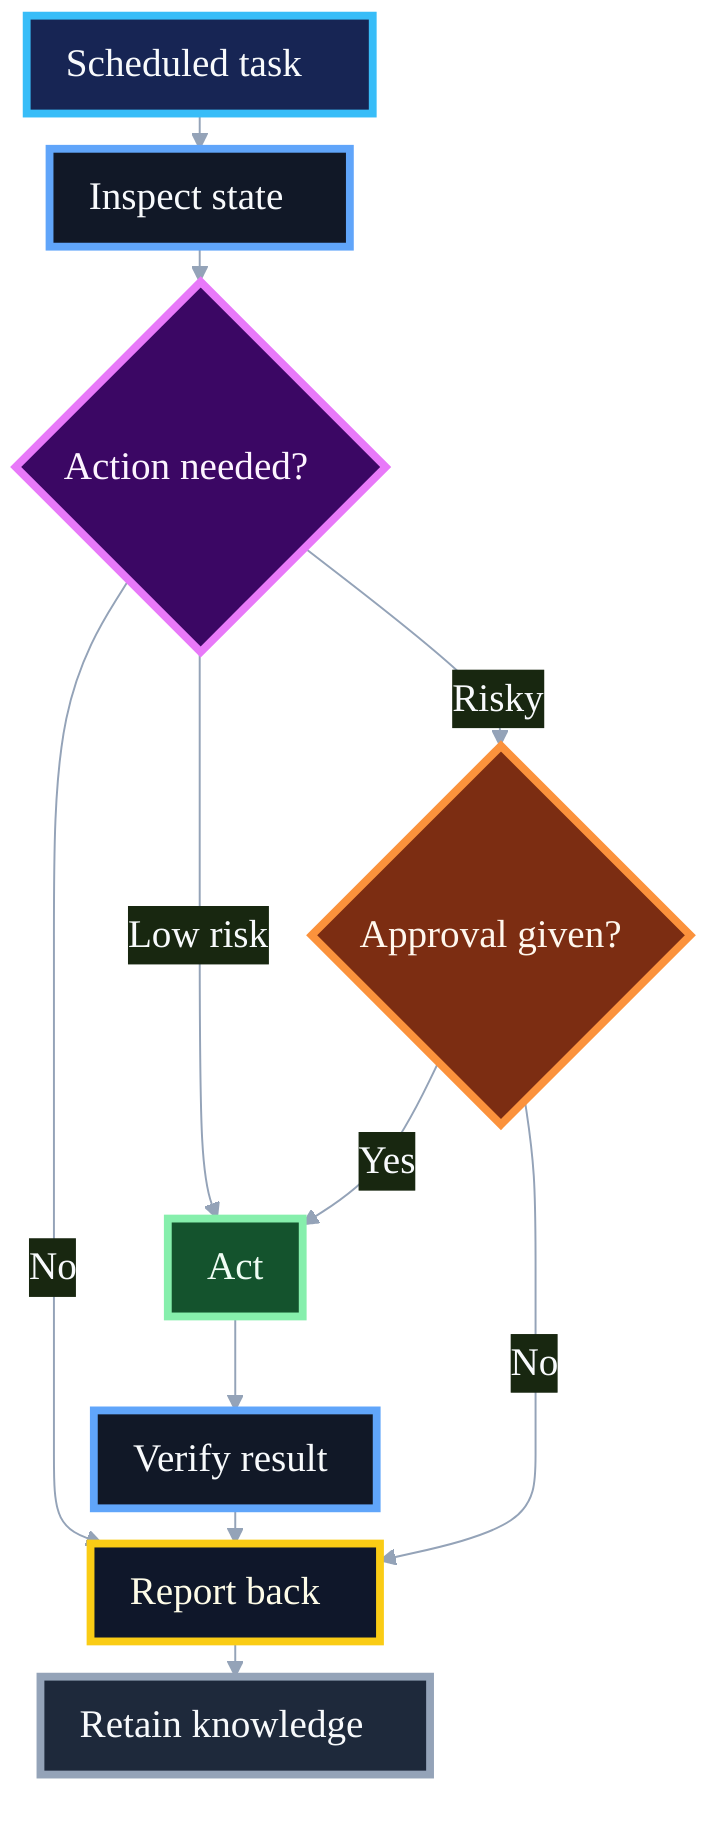
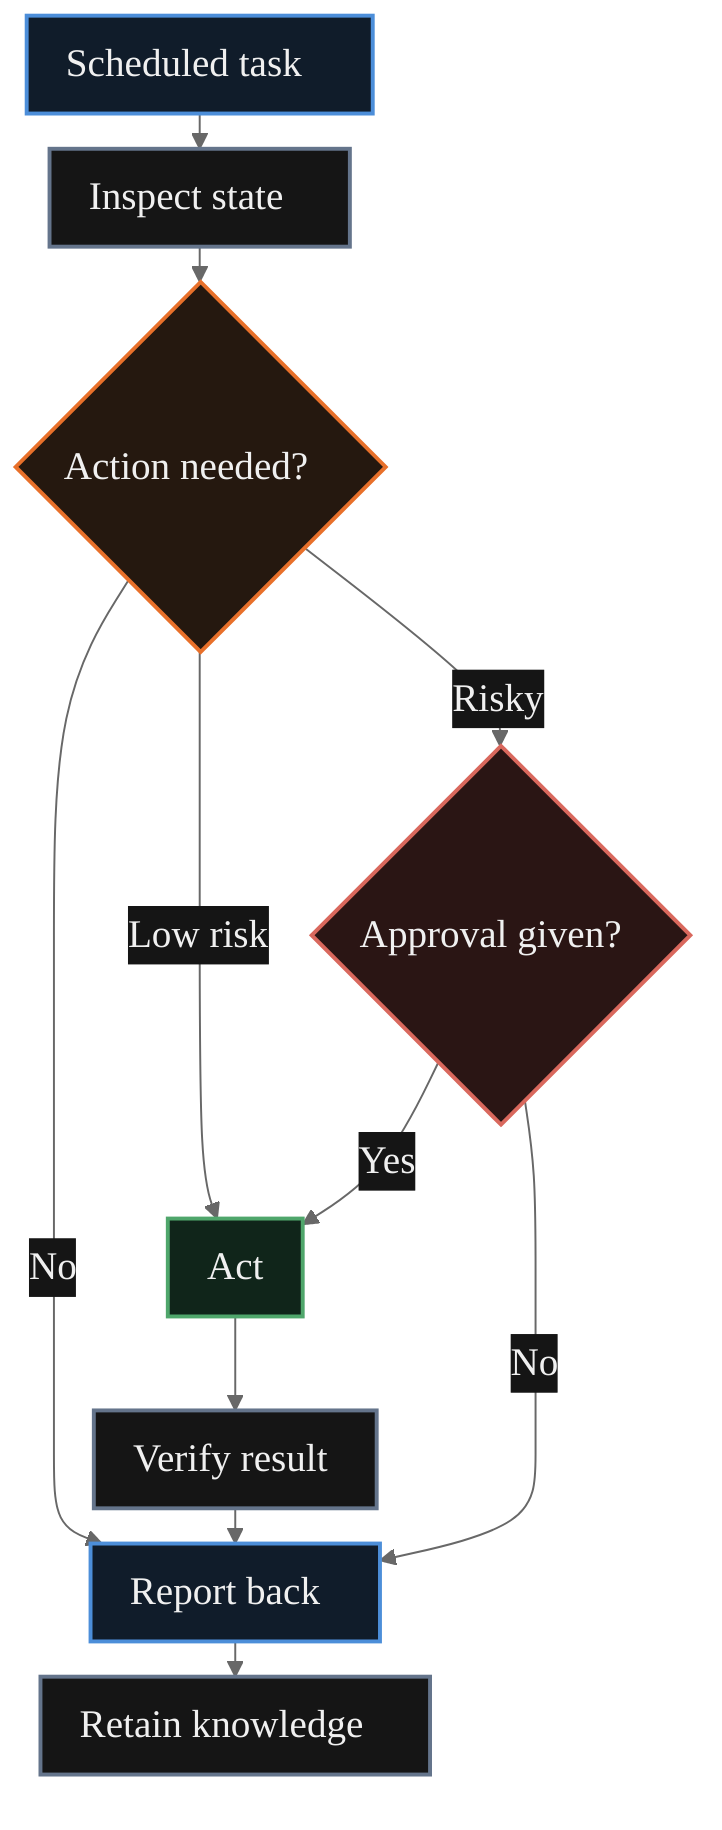
- %%{init: {"theme":"base","themeVariables":{"background":"transparent","primaryColor":"#101827","primaryTextColor":"#f8fafc","primaryBorderColor":"#38bdf8","lineColor":"#94a3b8","fontSize":"20px","fontFamily":"Inter, Arial, sans-serif"},"flowchart":{"curve":"basis","padding":10,"nodeSpacing":20,"rankSpacing":18}}}%%
+ %%{init: {"theme":"base","themeVariables":{"background":"transparent","primaryColor":"#151515","primaryTextColor":"#f0f0f0","primaryBorderColor":"#e8702a","lineColor":"#686868","fontSize":"20px","fontFamily":"Inter, Arial, sans-serif"},"flowchart":{"curve":"basis","padding":10,"nodeSpacing":20,"rankSpacing":18}}}%%
flowchart TD
    accTitle: Hermes scheduled task loop
    accDescr: A scheduled Hermes task inspects state, skips unnecessary work, performs low-risk work directly, requests approval for risky work, verifies any action, reports the result, and retains useful knowledge.

    START["Scheduled task"]:::trigger
    INSPECT["Inspect state"]:::work
    DECIDE{"Action needed?"}:::decision
    APPROVAL{"Approval given?"}:::risk
    ACT["Act"]:::safe
    VERIFY["Verify result"]:::work
    REPORT["Report back"]:::report
    RETAIN["Retain knowledge"]:::memory

    START --> INSPECT --> DECIDE
    DECIDE -- "No" --> REPORT
    DECIDE -- "Low risk" --> ACT
    DECIDE -- "Risky" --> APPROVAL
    APPROVAL -- "Yes" --> ACT
    APPROVAL -- "No" --> REPORT
    ACT --> VERIFY --> REPORT --> RETAIN

-     classDef trigger fill:#172554,stroke:#38bdf8,color:#f8fafc,stroke-width:4px;
-     classDef work fill:#111827,stroke:#60a5fa,color:#f8fafc,stroke-width:4px;
-     classDef decision fill:#3b0764,stroke:#e879f9,color:#fdf4ff,stroke-width:4px;
-     classDef safe fill:#14532d,stroke:#86efac,color:#f0fdf4,stroke-width:4px;
-     classDef risk fill:#7c2d12,stroke:#fb923c,color:#fff7ed,stroke-width:4px;
-     classDef report fill:#0f172a,stroke:#facc15,color:#fefce8,stroke-width:4px;
-     classDef memory fill:#1e293b,stroke:#94a3b8,color:#f8fafc,stroke-width:4px;
+     classDef trigger fill:#101c2a,stroke:#4c8ed9,color:#f0f0f0,stroke-width:2px;
+     classDef work fill:#151515,stroke:#64748b,color:#f0f0f0,stroke-width:2px;
+     classDef decision fill:#25180f,stroke:#e8702a,color:#f0f0f0,stroke-width:2px;
+     classDef safe fill:#10251a,stroke:#4fa66b,color:#f0f0f0,stroke-width:2px;
+     classDef risk fill:#2a1514,stroke:#d9685d,color:#f0f0f0,stroke-width:2px;
+     classDef report fill:#101c2a,stroke:#4c8ed9,color:#f0f0f0,stroke-width:2px;
+     classDef memory fill:#151515,stroke:#64748b,color:#f0f0f0,stroke-width:2px;
